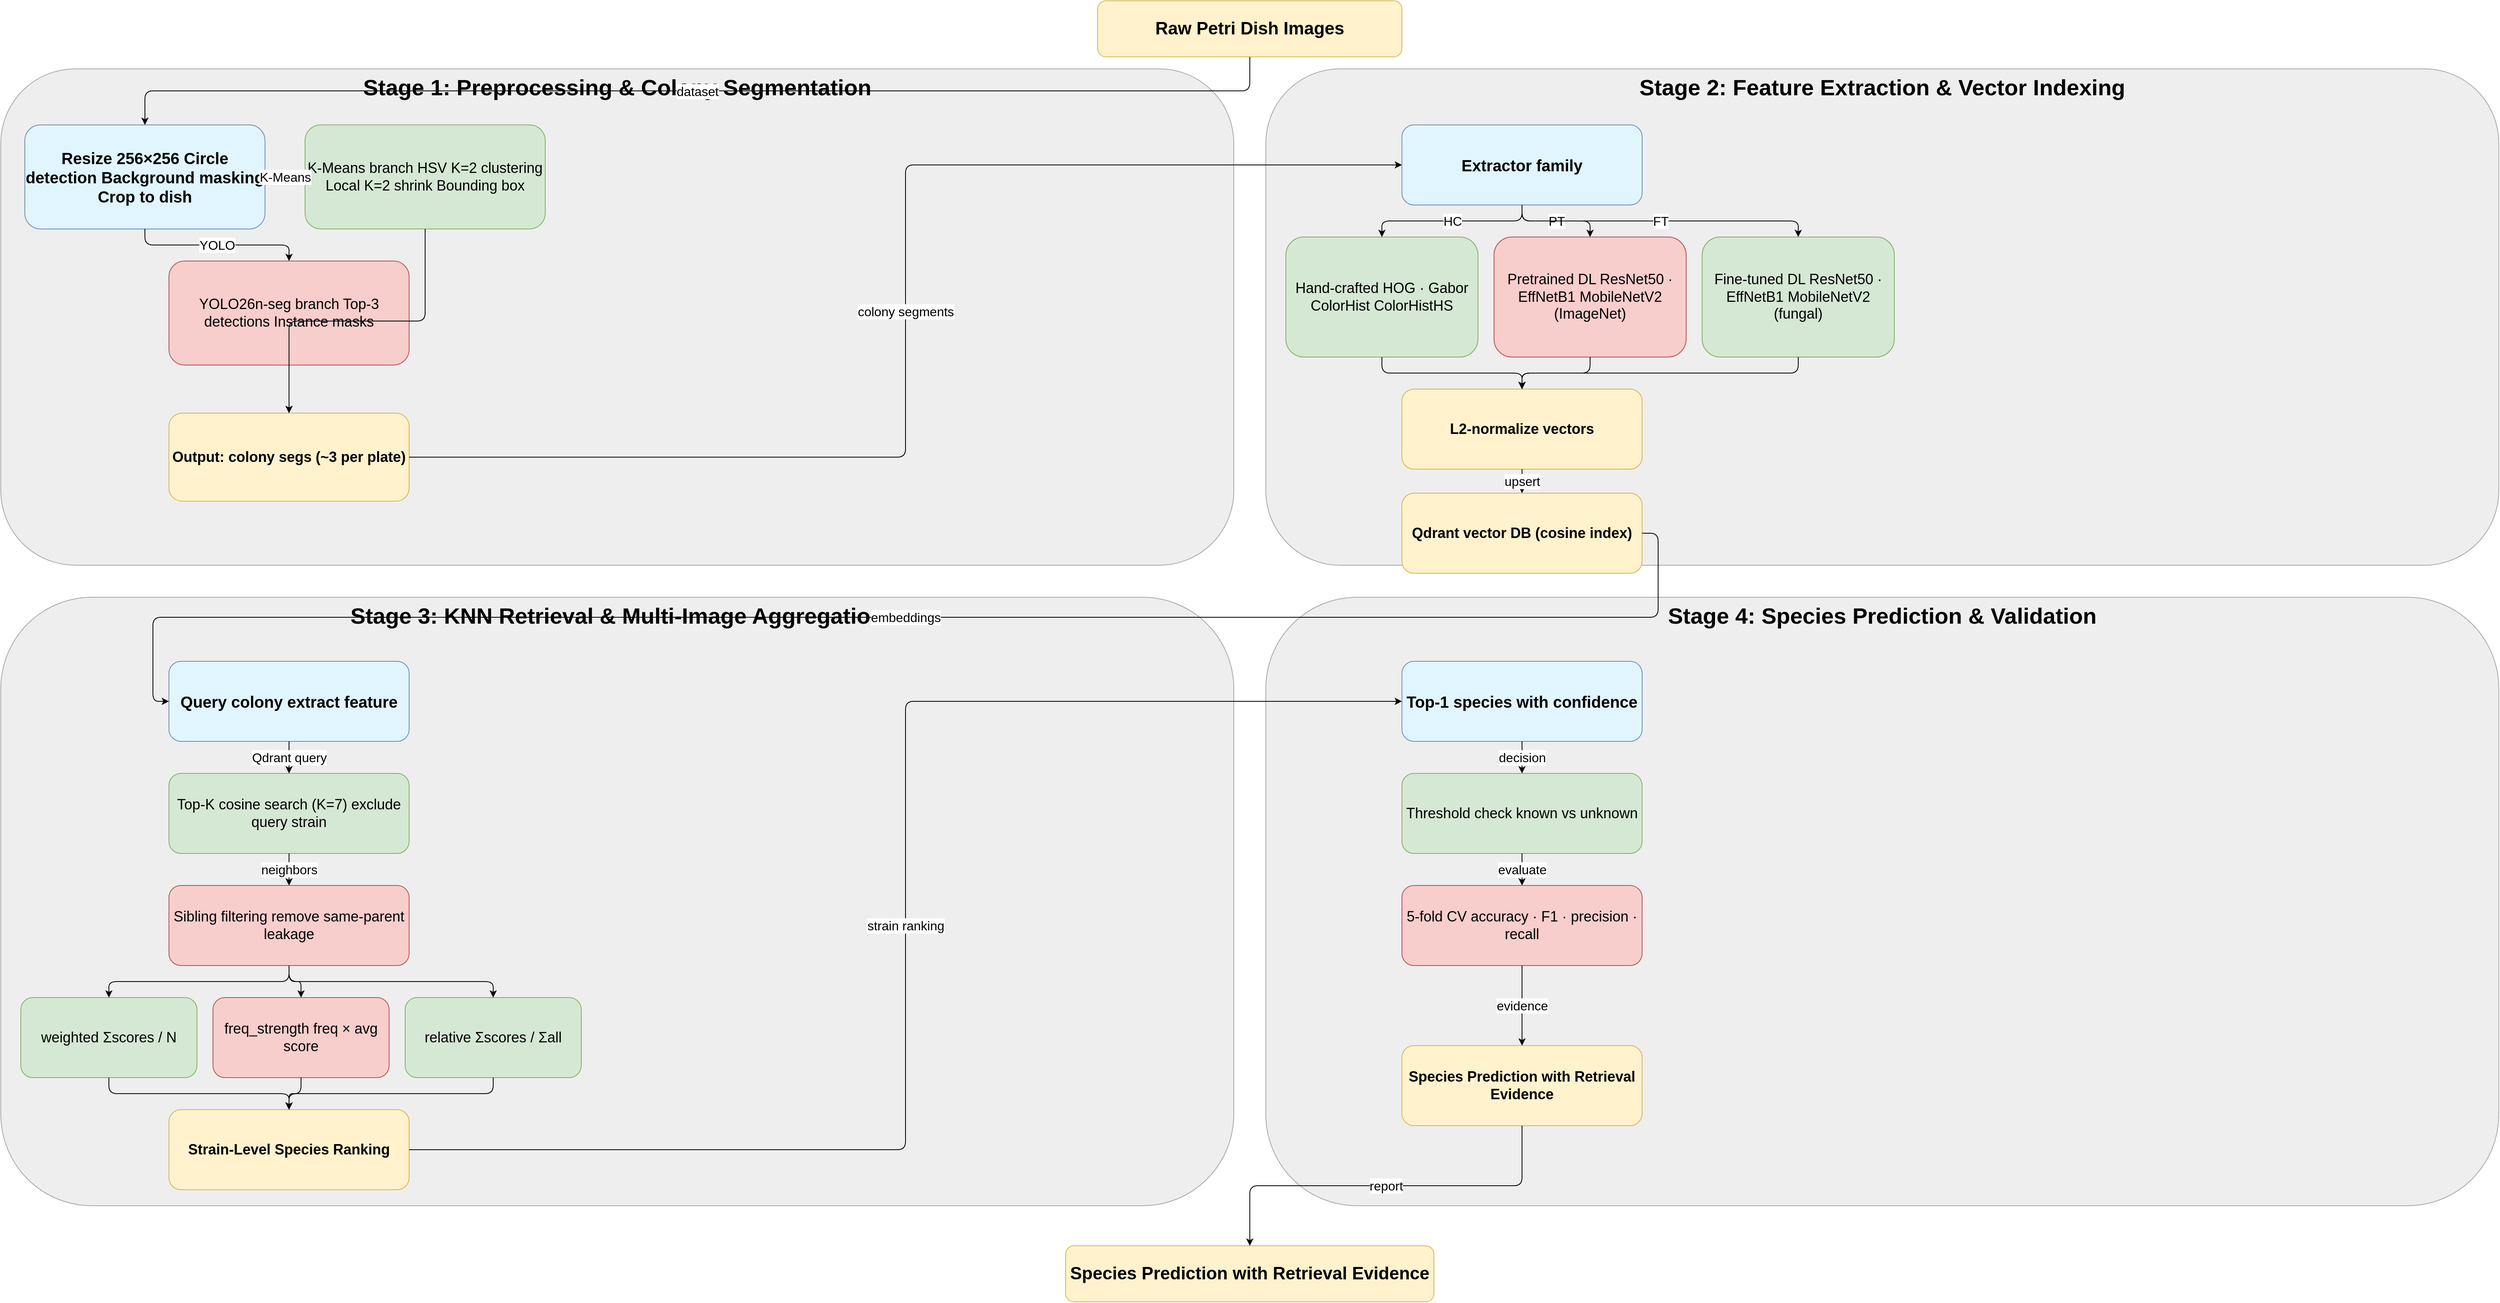
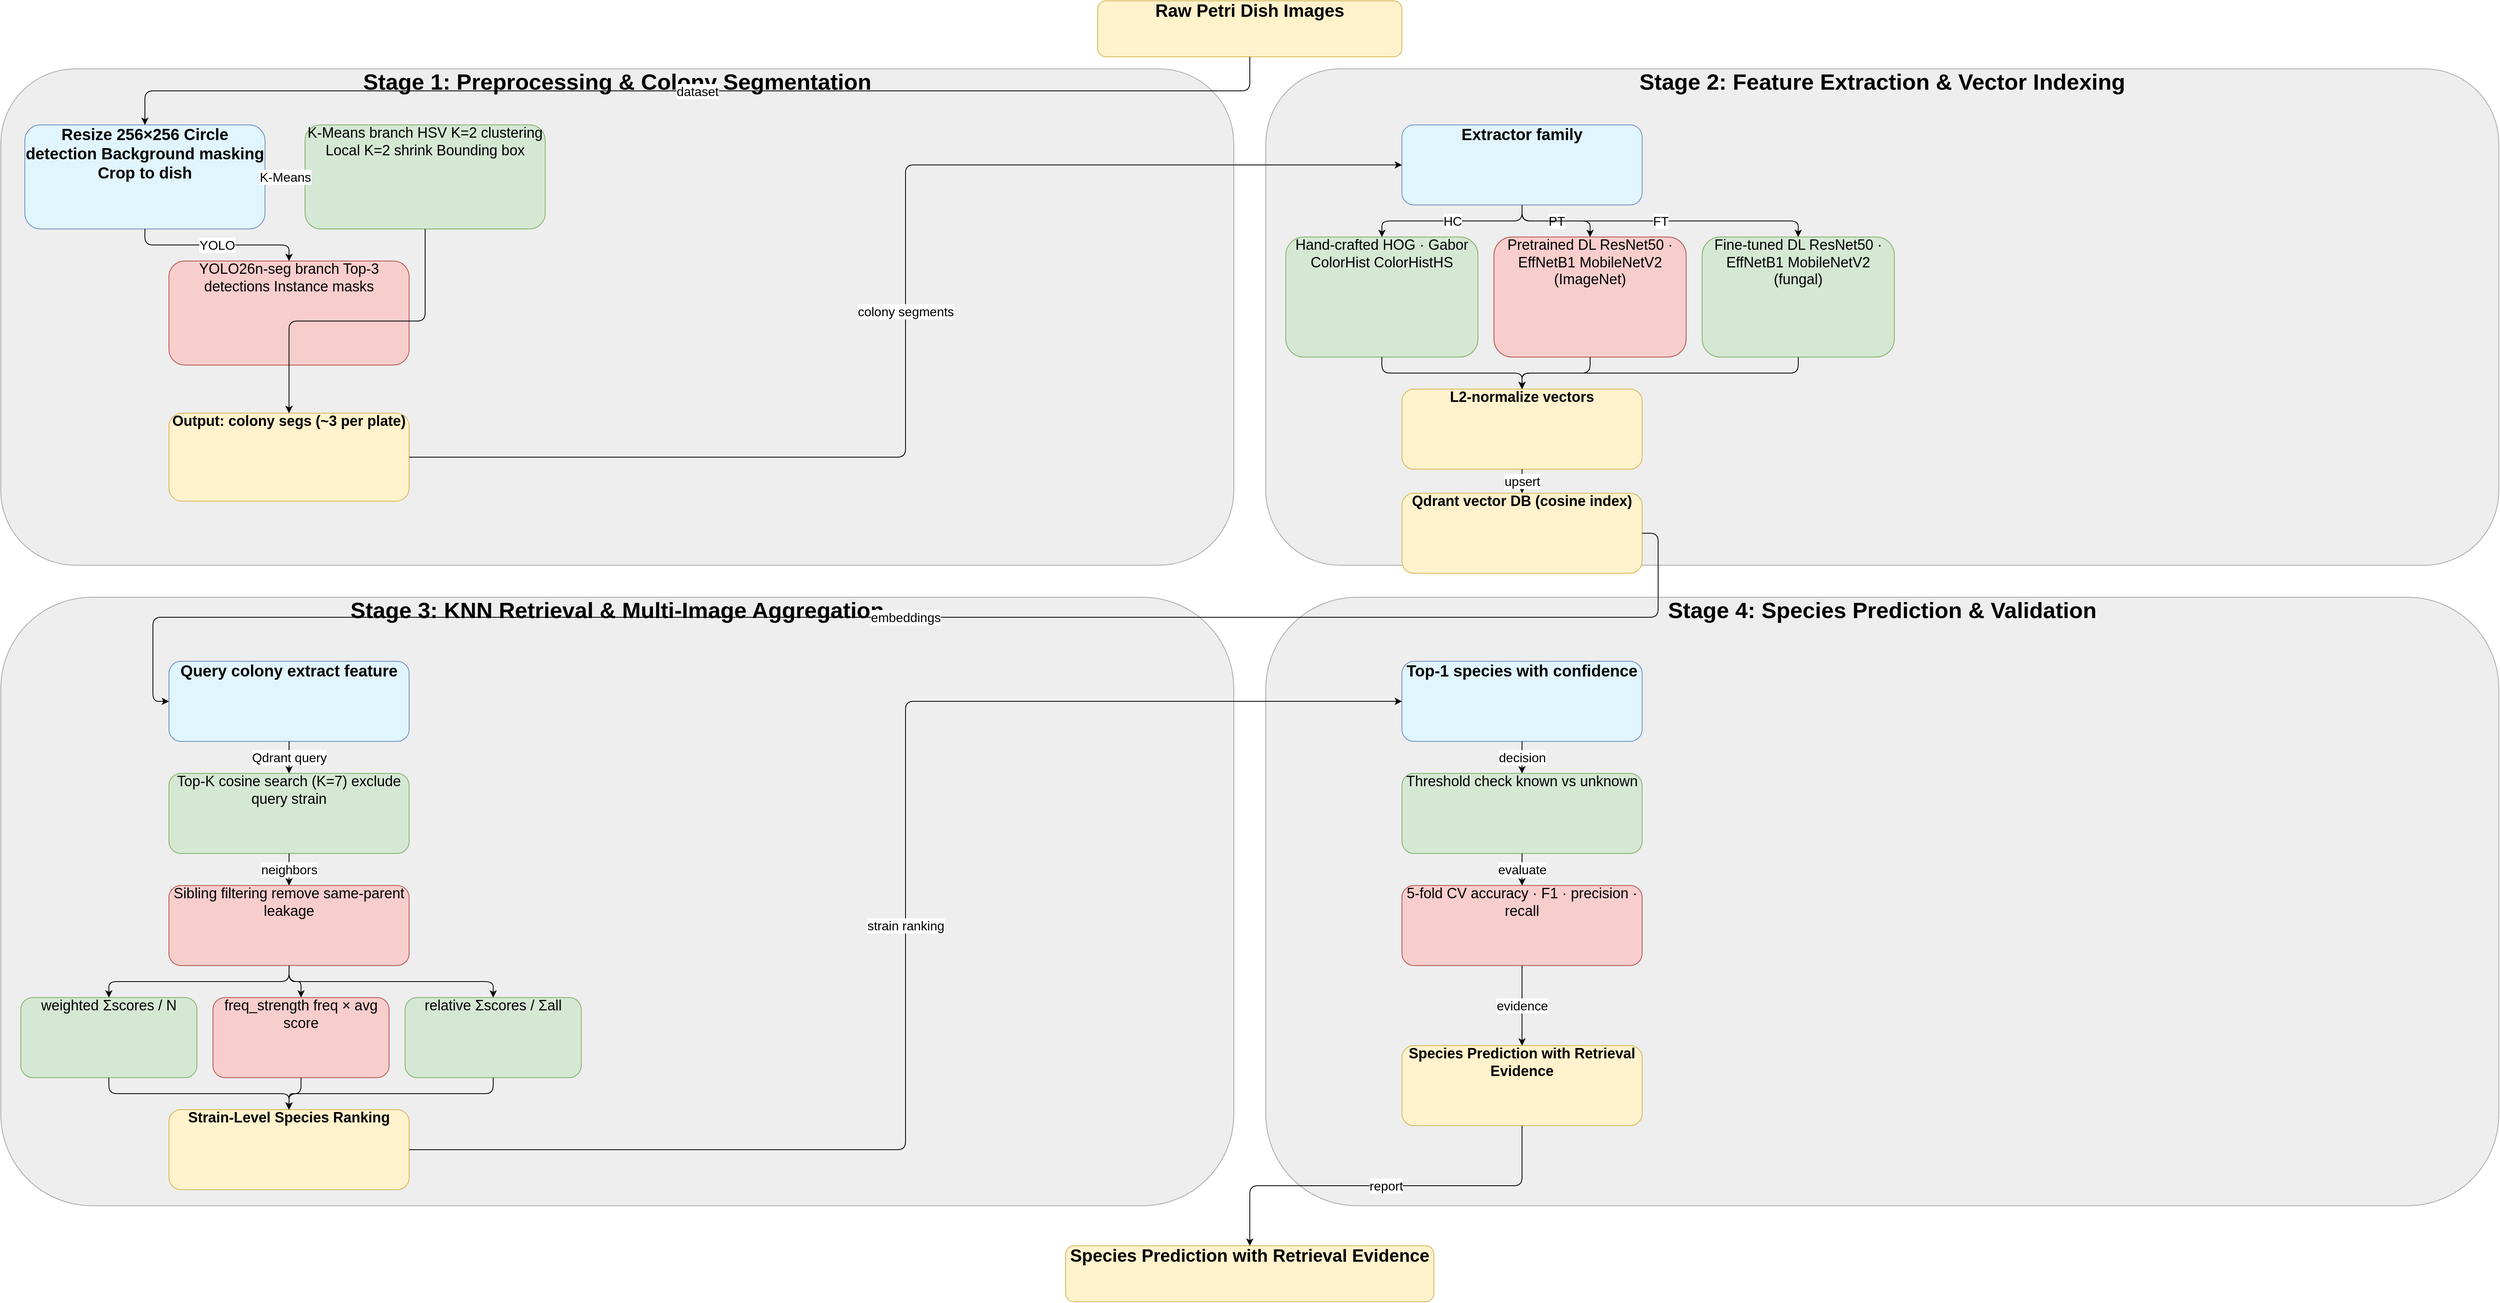
<?xml version="1.0" encoding="UTF-8"?>
<mxfile host="app.diagrams.net">
  <diagram name="Research Pipeline" id="d">
    <mxGraphModel dx="2400" dy="1600" grid="0" gridSize="10" guides="1" tooltips="1" connect="1" arrows="1" fold="1" page="1" pageScale="1" pageWidth="3200" pageHeight="2300" math="0" shadow="0">
      <root>
        <mxCell id="0"/>
        <mxCell id="1" parent="0"/>
-         <mxCell id="s1" value="Stage 1: Preprocessing &amp; Colony Segmentation" style="rounded=1;whiteSpace=wrap;html=1;fillColor=#EEEEEE;strokeColor=#AAAAAA;fontSize=28;fontStyle=1;verticalAlign=top;align=center;" vertex="1" parent="1"><mxGeometry x="40" y="100" width="1540" height="620" as="geometry"/></mxCell>
+         <mxCell id="s1" value="Stage 1: Preprocessing &amp; Colony Segmentation" style="rounded=1;whiteSpace=wrap;html=1;fillColor=#EEEEEE;strokeColor=#AAAAAA;fontSize=28;fontStyle=1;verticalAlign=middle;align=center;spacingTop=8;spacingBottom=8;spacingLeft=8;spacingRight=8;overflow=fill;" vertex="1" parent="1"><mxGeometry x="40" y="100" width="1540" height="620" as="geometry"/></mxCell>
        <mxCell id="s1a" value="Resize 256×256
Circle detection
Background masking
- Crop to dish" style="rounded=1;whiteSpace=wrap;html=1;fillColor=#E1F5FE;strokeColor=#6C8EBF;fontSize=20;fontStyle=1;verticalAlign=middle;align=center;" vertex="1" parent="1"><mxGeometry x="70" y="170" width="300" height="130" as="geometry"/></mxCell>
+ Crop to dish" style="rounded=1;whiteSpace=wrap;html=1;fillColor=#E1F5FE;strokeColor=#6C8EBF;fontSize=20;fontStyle=1;verticalAlign=middle;align=center;spacingTop=8;spacingBottom=8;spacingLeft=8;spacingRight=8;overflow=fill;" vertex="1" parent="1"><mxGeometry x="70" y="170" width="300" height="130" as="geometry"/></mxCell>
        <mxCell id="s1b" value="K-Means branch
HSV K=2 clustering
Local K=2 shrink
- Bounding box" style="rounded=1;whiteSpace=wrap;html=1;fillColor=#D5E8D4;strokeColor=#82B366;fontSize=18;fontStyle=0;verticalAlign=middle;align=center;" vertex="1" parent="1"><mxGeometry x="420" y="170" width="300" height="130" as="geometry"/></mxCell>
+ Bounding box" style="rounded=1;whiteSpace=wrap;html=1;fillColor=#D5E8D4;strokeColor=#82B366;fontSize=18;fontStyle=0;verticalAlign=middle;align=center;spacingTop=8;spacingBottom=8;spacingLeft=8;spacingRight=8;overflow=fill;" vertex="1" parent="1"><mxGeometry x="420" y="170" width="300" height="130" as="geometry"/></mxCell>
        <mxCell id="s1c" value="YOLO26n-seg branch
Top-3 detections
- Instance masks" style="rounded=1;whiteSpace=wrap;html=1;fillColor=#F8CECC;strokeColor=#B85450;fontSize=18;fontStyle=0;verticalAlign=middle;align=center;" vertex="1" parent="1"><mxGeometry x="250" y="340" width="300" height="130" as="geometry"/></mxCell>
-         <mxCell id="s1d" value="Output: colony segs (~3 per plate)" style="rounded=1;whiteSpace=wrap;html=1;fillColor=#FFF2CC;strokeColor=#D6B656;fontSize=18;fontStyle=1;verticalAlign=middle;align=center;" vertex="1" parent="1"><mxGeometry x="250" y="530" width="300" height="110" as="geometry"/></mxCell>
-         <mxCell id="s2" value="Stage 2: Feature Extraction &amp; Vector Indexing" style="rounded=1;whiteSpace=wrap;html=1;fillColor=#EEEEEE;strokeColor=#AAAAAA;fontSize=28;fontStyle=1;verticalAlign=top;align=center;" vertex="1" parent="1"><mxGeometry x="1620" y="100" width="1540" height="620" as="geometry"/></mxCell>
-         <mxCell id="s2a" value="Extractor family" style="rounded=1;whiteSpace=wrap;html=1;fillColor=#E1F5FE;strokeColor=#6C8EBF;fontSize=20;fontStyle=1;verticalAlign=middle;align=center;" vertex="1" parent="1"><mxGeometry x="1790" y="170" width="300" height="100" as="geometry"/></mxCell>
+ Instance masks" style="rounded=1;whiteSpace=wrap;html=1;fillColor=#F8CECC;strokeColor=#B85450;fontSize=18;fontStyle=0;verticalAlign=middle;align=center;spacingTop=8;spacingBottom=8;spacingLeft=8;spacingRight=8;overflow=fill;" vertex="1" parent="1"><mxGeometry x="250" y="340" width="300" height="130" as="geometry"/></mxCell>
+         <mxCell id="s1d" value="Output: colony segs (~3 per plate)" style="rounded=1;whiteSpace=wrap;html=1;fillColor=#FFF2CC;strokeColor=#D6B656;fontSize=18;fontStyle=1;verticalAlign=middle;align=center;spacingTop=8;spacingBottom=8;spacingLeft=8;spacingRight=8;overflow=fill;" vertex="1" parent="1"><mxGeometry x="250" y="530" width="300" height="110" as="geometry"/></mxCell>
+         <mxCell id="s2" value="Stage 2: Feature Extraction &amp; Vector Indexing" style="rounded=1;whiteSpace=wrap;html=1;fillColor=#EEEEEE;strokeColor=#AAAAAA;fontSize=28;fontStyle=1;verticalAlign=middle;align=center;spacingTop=8;spacingBottom=8;spacingLeft=8;spacingRight=8;overflow=fill;" vertex="1" parent="1"><mxGeometry x="1620" y="100" width="1540" height="620" as="geometry"/></mxCell>
+         <mxCell id="s2a" value="Extractor family" style="rounded=1;whiteSpace=wrap;html=1;fillColor=#E1F5FE;strokeColor=#6C8EBF;fontSize=20;fontStyle=1;verticalAlign=middle;align=center;spacingTop=8;spacingBottom=8;spacingLeft=8;spacingRight=8;overflow=fill;" vertex="1" parent="1"><mxGeometry x="1790" y="170" width="300" height="100" as="geometry"/></mxCell>
        <mxCell id="s2b" value="Hand-crafted
HOG · Gabor
ColorHist
- ColorHistHS" style="rounded=1;whiteSpace=wrap;html=1;fillColor=#D5E8D4;strokeColor=#82B366;fontSize=18;fontStyle=0;verticalAlign=middle;align=center;" vertex="1" parent="1"><mxGeometry x="1645" y="310" width="240" height="150" as="geometry"/></mxCell>
+ ColorHistHS" style="rounded=1;whiteSpace=wrap;html=1;fillColor=#D5E8D4;strokeColor=#82B366;fontSize=18;fontStyle=0;verticalAlign=middle;align=center;spacingTop=8;spacingBottom=8;spacingLeft=8;spacingRight=8;overflow=fill;" vertex="1" parent="1"><mxGeometry x="1645" y="310" width="240" height="150" as="geometry"/></mxCell>
        <mxCell id="s2c" value="Pretrained DL
ResNet50 · EffNetB1
MobileNetV2
- (ImageNet)" style="rounded=1;whiteSpace=wrap;html=1;fillColor=#F8CECC;strokeColor=#B85450;fontSize=18;fontStyle=0;verticalAlign=middle;align=center;" vertex="1" parent="1"><mxGeometry x="1905" y="310" width="240" height="150" as="geometry"/></mxCell>
+ (ImageNet)" style="rounded=1;whiteSpace=wrap;html=1;fillColor=#F8CECC;strokeColor=#B85450;fontSize=18;fontStyle=0;verticalAlign=middle;align=center;spacingTop=8;spacingBottom=8;spacingLeft=8;spacingRight=8;overflow=fill;" vertex="1" parent="1"><mxGeometry x="1905" y="310" width="240" height="150" as="geometry"/></mxCell>
        <mxCell id="s2d" value="Fine-tuned DL
ResNet50 · EffNetB1
MobileNetV2
- (fungal)" style="rounded=1;whiteSpace=wrap;html=1;fillColor=#D5E8D4;strokeColor=#82B366;fontSize=18;fontStyle=0;verticalAlign=middle;align=center;" vertex="1" parent="1"><mxGeometry x="2165" y="310" width="240" height="150" as="geometry"/></mxCell>
-         <mxCell id="s2e" value="L2-normalize vectors" style="rounded=1;whiteSpace=wrap;html=1;fillColor=#FFF2CC;strokeColor=#D6B656;fontSize=18;fontStyle=1;verticalAlign=middle;align=center;" vertex="1" parent="1"><mxGeometry x="1790" y="500" width="300" height="100" as="geometry"/></mxCell>
-         <mxCell id="s2f" value="Qdrant vector DB (cosine index)" style="rounded=1;whiteSpace=wrap;html=1;fillColor=#FFF2CC;strokeColor=#D6B656;fontSize=18;fontStyle=1;verticalAlign=middle;align=center;" vertex="1" parent="1"><mxGeometry x="1790" y="630" width="300" height="100" as="geometry"/></mxCell>
-         <mxCell id="s3" value="Stage 3: KNN Retrieval &amp; Multi-Image Aggregation" style="rounded=1;whiteSpace=wrap;html=1;fillColor=#EEEEEE;strokeColor=#AAAAAA;fontSize=28;fontStyle=1;verticalAlign=top;align=center;" vertex="1" parent="1"><mxGeometry x="40" y="760" width="1540" height="760" as="geometry"/></mxCell>
+ (fungal)" style="rounded=1;whiteSpace=wrap;html=1;fillColor=#D5E8D4;strokeColor=#82B366;fontSize=18;fontStyle=0;verticalAlign=middle;align=center;spacingTop=8;spacingBottom=8;spacingLeft=8;spacingRight=8;overflow=fill;" vertex="1" parent="1"><mxGeometry x="2165" y="310" width="240" height="150" as="geometry"/></mxCell>
+         <mxCell id="s2e" value="L2-normalize vectors" style="rounded=1;whiteSpace=wrap;html=1;fillColor=#FFF2CC;strokeColor=#D6B656;fontSize=18;fontStyle=1;verticalAlign=middle;align=center;spacingTop=8;spacingBottom=8;spacingLeft=8;spacingRight=8;overflow=fill;" vertex="1" parent="1"><mxGeometry x="1790" y="500" width="300" height="100" as="geometry"/></mxCell>
+         <mxCell id="s2f" value="Qdrant vector DB (cosine index)" style="rounded=1;whiteSpace=wrap;html=1;fillColor=#FFF2CC;strokeColor=#D6B656;fontSize=18;fontStyle=1;verticalAlign=middle;align=center;spacingTop=8;spacingBottom=8;spacingLeft=8;spacingRight=8;overflow=fill;" vertex="1" parent="1"><mxGeometry x="1790" y="630" width="300" height="100" as="geometry"/></mxCell>
+         <mxCell id="s3" value="Stage 3: KNN Retrieval &amp; Multi-Image Aggregation" style="rounded=1;whiteSpace=wrap;html=1;fillColor=#EEEEEE;strokeColor=#AAAAAA;fontSize=28;fontStyle=1;verticalAlign=middle;align=center;spacingTop=8;spacingBottom=8;spacingLeft=8;spacingRight=8;overflow=fill;" vertex="1" parent="1"><mxGeometry x="40" y="760" width="1540" height="760" as="geometry"/></mxCell>
        <mxCell id="s3a" value="Query colony
- extract feature" style="rounded=1;whiteSpace=wrap;html=1;fillColor=#E1F5FE;strokeColor=#6C8EBF;fontSize=20;fontStyle=1;verticalAlign=middle;align=center;" vertex="1" parent="1"><mxGeometry x="250" y="840" width="300" height="100" as="geometry"/></mxCell>
+ extract feature" style="rounded=1;whiteSpace=wrap;html=1;fillColor=#E1F5FE;strokeColor=#6C8EBF;fontSize=20;fontStyle=1;verticalAlign=middle;align=center;spacingTop=8;spacingBottom=8;spacingLeft=8;spacingRight=8;overflow=fill;" vertex="1" parent="1"><mxGeometry x="250" y="840" width="300" height="100" as="geometry"/></mxCell>
        <mxCell id="s3b" value="Top-K cosine search (K=7)
- exclude query strain" style="rounded=1;whiteSpace=wrap;html=1;fillColor=#D5E8D4;strokeColor=#82B366;fontSize=18;fontStyle=0;verticalAlign=middle;align=center;" vertex="1" parent="1"><mxGeometry x="250" y="980" width="300" height="100" as="geometry"/></mxCell>
+ exclude query strain" style="rounded=1;whiteSpace=wrap;html=1;fillColor=#D5E8D4;strokeColor=#82B366;fontSize=18;fontStyle=0;verticalAlign=middle;align=center;spacingTop=8;spacingBottom=8;spacingLeft=8;spacingRight=8;overflow=fill;" vertex="1" parent="1"><mxGeometry x="250" y="980" width="300" height="100" as="geometry"/></mxCell>
        <mxCell id="s3c" value="Sibling filtering
- remove same-parent leakage" style="rounded=1;whiteSpace=wrap;html=1;fillColor=#F8CECC;strokeColor=#B85450;fontSize=18;fontStyle=0;verticalAlign=middle;align=center;" vertex="1" parent="1"><mxGeometry x="250" y="1120" width="300" height="100" as="geometry"/></mxCell>
+ remove same-parent leakage" style="rounded=1;whiteSpace=wrap;html=1;fillColor=#F8CECC;strokeColor=#B85450;fontSize=18;fontStyle=0;verticalAlign=middle;align=center;spacingTop=8;spacingBottom=8;spacingLeft=8;spacingRight=8;overflow=fill;" vertex="1" parent="1"><mxGeometry x="250" y="1120" width="300" height="100" as="geometry"/></mxCell>
        <mxCell id="s3d" value="weighted
- Σscores / N" style="rounded=1;whiteSpace=wrap;html=1;fillColor=#D5E8D4;strokeColor=#82B366;fontSize=18;fontStyle=0;verticalAlign=middle;align=center;" vertex="1" parent="1"><mxGeometry x="65" y="1260" width="220" height="100" as="geometry"/></mxCell>
+ Σscores / N" style="rounded=1;whiteSpace=wrap;html=1;fillColor=#D5E8D4;strokeColor=#82B366;fontSize=18;fontStyle=0;verticalAlign=middle;align=center;spacingTop=8;spacingBottom=8;spacingLeft=8;spacingRight=8;overflow=fill;" vertex="1" parent="1"><mxGeometry x="65" y="1260" width="220" height="100" as="geometry"/></mxCell>
        <mxCell id="s3e" value="freq_strength
- freq × avg score" style="rounded=1;whiteSpace=wrap;html=1;fillColor=#F8CECC;strokeColor=#B85450;fontSize=18;fontStyle=0;verticalAlign=middle;align=center;" vertex="1" parent="1"><mxGeometry x="305" y="1260" width="220" height="100" as="geometry"/></mxCell>
+ freq × avg score" style="rounded=1;whiteSpace=wrap;html=1;fillColor=#F8CECC;strokeColor=#B85450;fontSize=18;fontStyle=0;verticalAlign=middle;align=center;spacingTop=8;spacingBottom=8;spacingLeft=8;spacingRight=8;overflow=fill;" vertex="1" parent="1"><mxGeometry x="305" y="1260" width="220" height="100" as="geometry"/></mxCell>
        <mxCell id="s3f" value="relative
- Σscores / Σall" style="rounded=1;whiteSpace=wrap;html=1;fillColor=#D5E8D4;strokeColor=#82B366;fontSize=18;fontStyle=0;verticalAlign=middle;align=center;" vertex="1" parent="1"><mxGeometry x="545" y="1260" width="220" height="100" as="geometry"/></mxCell>
-         <mxCell id="s3g" value="Strain-Level Species Ranking" style="rounded=1;whiteSpace=wrap;html=1;fillColor=#FFF2CC;strokeColor=#D6B656;fontSize=18;fontStyle=1;verticalAlign=middle;align=center;" vertex="1" parent="1"><mxGeometry x="250" y="1400" width="300" height="100" as="geometry"/></mxCell>
-         <mxCell id="s4" value="Stage 4: Species Prediction &amp; Validation" style="rounded=1;whiteSpace=wrap;html=1;fillColor=#EEEEEE;strokeColor=#AAAAAA;fontSize=28;fontStyle=1;verticalAlign=top;align=center;" vertex="1" parent="1"><mxGeometry x="1620" y="760" width="1540" height="760" as="geometry"/></mxCell>
+ Σscores / Σall" style="rounded=1;whiteSpace=wrap;html=1;fillColor=#D5E8D4;strokeColor=#82B366;fontSize=18;fontStyle=0;verticalAlign=middle;align=center;spacingTop=8;spacingBottom=8;spacingLeft=8;spacingRight=8;overflow=fill;" vertex="1" parent="1"><mxGeometry x="545" y="1260" width="220" height="100" as="geometry"/></mxCell>
+         <mxCell id="s3g" value="Strain-Level Species Ranking" style="rounded=1;whiteSpace=wrap;html=1;fillColor=#FFF2CC;strokeColor=#D6B656;fontSize=18;fontStyle=1;verticalAlign=middle;align=center;spacingTop=8;spacingBottom=8;spacingLeft=8;spacingRight=8;overflow=fill;" vertex="1" parent="1"><mxGeometry x="250" y="1400" width="300" height="100" as="geometry"/></mxCell>
+         <mxCell id="s4" value="Stage 4: Species Prediction &amp; Validation" style="rounded=1;whiteSpace=wrap;html=1;fillColor=#EEEEEE;strokeColor=#AAAAAA;fontSize=28;fontStyle=1;verticalAlign=middle;align=center;spacingTop=8;spacingBottom=8;spacingLeft=8;spacingRight=8;overflow=fill;" vertex="1" parent="1"><mxGeometry x="1620" y="760" width="1540" height="760" as="geometry"/></mxCell>
        <mxCell id="s4a" value="Top-1 species
- with confidence" style="rounded=1;whiteSpace=wrap;html=1;fillColor=#E1F5FE;strokeColor=#6C8EBF;fontSize=20;fontStyle=1;verticalAlign=middle;align=center;" vertex="1" parent="1"><mxGeometry x="1790" y="840" width="300" height="100" as="geometry"/></mxCell>
+ with confidence" style="rounded=1;whiteSpace=wrap;html=1;fillColor=#E1F5FE;strokeColor=#6C8EBF;fontSize=20;fontStyle=1;verticalAlign=middle;align=center;spacingTop=8;spacingBottom=8;spacingLeft=8;spacingRight=8;overflow=fill;" vertex="1" parent="1"><mxGeometry x="1790" y="840" width="300" height="100" as="geometry"/></mxCell>
        <mxCell id="s4b" value="Threshold check
- known vs unknown" style="rounded=1;whiteSpace=wrap;html=1;fillColor=#D5E8D4;strokeColor=#82B366;fontSize=18;fontStyle=0;verticalAlign=middle;align=center;" vertex="1" parent="1"><mxGeometry x="1790" y="980" width="300" height="100" as="geometry"/></mxCell>
+ known vs unknown" style="rounded=1;whiteSpace=wrap;html=1;fillColor=#D5E8D4;strokeColor=#82B366;fontSize=18;fontStyle=0;verticalAlign=middle;align=center;spacingTop=8;spacingBottom=8;spacingLeft=8;spacingRight=8;overflow=fill;" vertex="1" parent="1"><mxGeometry x="1790" y="980" width="300" height="100" as="geometry"/></mxCell>
        <mxCell id="s4c" value="5-fold CV
- accuracy · F1 · precision · recall" style="rounded=1;whiteSpace=wrap;html=1;fillColor=#F8CECC;strokeColor=#B85450;fontSize=18;fontStyle=0;verticalAlign=middle;align=center;" vertex="1" parent="1"><mxGeometry x="1790" y="1120" width="300" height="100" as="geometry"/></mxCell>
+ accuracy · F1 · precision · recall" style="rounded=1;whiteSpace=wrap;html=1;fillColor=#F8CECC;strokeColor=#B85450;fontSize=18;fontStyle=0;verticalAlign=middle;align=center;spacingTop=8;spacingBottom=8;spacingLeft=8;spacingRight=8;overflow=fill;" vertex="1" parent="1"><mxGeometry x="1790" y="1120" width="300" height="100" as="geometry"/></mxCell>
        <mxCell id="s4d" value="Species Prediction
- with Retrieval Evidence" style="rounded=1;whiteSpace=wrap;html=1;fillColor=#FFF2CC;strokeColor=#D6B656;fontSize=18;fontStyle=1;verticalAlign=middle;align=center;" vertex="1" parent="1"><mxGeometry x="1790" y="1320" width="300" height="100" as="geometry"/></mxCell>
-         <mxCell id="raw" value="Raw Petri Dish Images" style="rounded=1;whiteSpace=wrap;html=1;fillColor=#FFF2CC;strokeColor=#D6B656;fontSize=22;fontStyle=1;verticalAlign=middle;align=center;" vertex="1" parent="1"><mxGeometry x="1410" y="15" width="380" height="70" as="geometry"/></mxCell>
-         <mxCell id="final" value="Species Prediction with Retrieval Evidence" style="rounded=1;whiteSpace=wrap;html=1;fillColor=#FFF2CC;strokeColor=#D6B656;fontSize=22;fontStyle=1;verticalAlign=middle;align=center;" vertex="1" parent="1"><mxGeometry x="1370" y="1570" width="460" height="70" as="geometry"/></mxCell>
+ with Retrieval Evidence" style="rounded=1;whiteSpace=wrap;html=1;fillColor=#FFF2CC;strokeColor=#D6B656;fontSize=18;fontStyle=1;verticalAlign=middle;align=center;spacingTop=8;spacingBottom=8;spacingLeft=8;spacingRight=8;overflow=fill;" vertex="1" parent="1"><mxGeometry x="1790" y="1320" width="300" height="100" as="geometry"/></mxCell>
+         <mxCell id="raw" value="Raw Petri Dish Images" style="rounded=1;whiteSpace=wrap;html=1;fillColor=#FFF2CC;strokeColor=#D6B656;fontSize=22;fontStyle=1;verticalAlign=middle;align=center;spacingTop=8;spacingBottom=8;spacingLeft=8;spacingRight=8;overflow=fill;" vertex="1" parent="1"><mxGeometry x="1410" y="15" width="380" height="70" as="geometry"/></mxCell>
+         <mxCell id="final" value="Species Prediction with Retrieval Evidence" style="rounded=1;whiteSpace=wrap;html=1;fillColor=#FFF2CC;strokeColor=#D6B656;fontSize=22;fontStyle=1;verticalAlign=middle;align=center;spacingTop=8;spacingBottom=8;spacingLeft=8;spacingRight=8;overflow=fill;" vertex="1" parent="1"><mxGeometry x="1370" y="1570" width="460" height="70" as="geometry"/></mxCell>
        <mxCell id="e1" value="dataset" style="edgeStyle=orthogonalEdgeStyle;rounded=1;orthogonalLoop=1;jettySize=auto;html=1;exitX=0.5;exitY=1;exitDx=0;exitDy=0;entryX=0.5;entryY=0;entryDx=0;entryDy=0;fontSize=16;" edge="1" parent="1" source="raw" target="s1a"><mxGeometry relative="1" as="geometry"/></mxCell>
        <mxCell id="e2" value="colony segments" style="edgeStyle=orthogonalEdgeStyle;rounded=1;orthogonalLoop=1;jettySize=auto;html=1;exitX=1;exitY=0.5;exitDx=0;exitDy=0;entryX=0;entryY=0.5;entryDx=0;entryDy=0;fontSize=16;" edge="1" parent="1" source="s1d" target="s2a"><mxGeometry relative="1" as="geometry"/></mxCell>
        <mxCell id="e3" value="embeddings" style="edgeStyle=orthogonalEdgeStyle;rounded=1;orthogonalLoop=1;jettySize=auto;html=1;exitX=1;exitY=0.5;exitDx=0;exitDy=0;entryX=0;entryY=0.5;entryDx=0;entryDy=0;fontSize=16;" edge="1" parent="1" source="s2f" target="s3a"><mxGeometry relative="1" as="geometry"/></mxCell>
        <mxCell id="e4" value="strain ranking" style="edgeStyle=orthogonalEdgeStyle;rounded=1;orthogonalLoop=1;jettySize=auto;html=1;exitX=1;exitY=0.5;exitDx=0;exitDy=0;entryX=0;entryY=0.5;entryDx=0;entryDy=0;fontSize=16;" edge="1" parent="1" source="s3g" target="s4a"><mxGeometry relative="1" as="geometry"/></mxCell>
        <mxCell id="e5" value="report" style="edgeStyle=orthogonalEdgeStyle;rounded=1;orthogonalLoop=1;jettySize=auto;html=1;exitX=0.5;exitY=1;exitDx=0;exitDy=0;entryX=0.5;entryY=0;entryDx=0;entryDy=0;fontSize=16;" edge="1" parent="1" source="s4d" target="final"><mxGeometry relative="1" as="geometry"/></mxCell>
        <mxCell id="e6" value="K-Means" style="edgeStyle=orthogonalEdgeStyle;rounded=1;orthogonalLoop=1;jettySize=auto;html=1;exitX=1;exitY=0.5;exitDx=0;exitDy=0;entryX=0;entryY=0.5;entryDx=0;entryDy=0;fontSize=16;" edge="1" parent="1" source="s1a" target="s1b"><mxGeometry relative="1" as="geometry"/></mxCell>
        <mxCell id="e7" value="YOLO" style="edgeStyle=orthogonalEdgeStyle;rounded=1;orthogonalLoop=1;jettySize=auto;html=1;exitX=0.5;exitY=1;exitDx=0;exitDy=0;entryX=0.5;entryY=0;entryDx=0;entryDy=0;fontSize=16;" edge="1" parent="1" source="s1a" target="s1c"><mxGeometry relative="1" as="geometry"/></mxCell>
        <mxCell id="e8" value="" style="edgeStyle=orthogonalEdgeStyle;rounded=1;orthogonalLoop=1;jettySize=auto;html=1;exitX=0.5;exitY=1;exitDx=0;exitDy=0;entryX=0.5;entryY=0;entryDx=0;entryDy=0;fontSize=16;" edge="1" parent="1" source="s1b" target="s1d"><mxGeometry relative="1" as="geometry"/></mxCell>
        <mxCell id="e9" value="" style="edgeStyle=orthogonalEdgeStyle;rounded=1;orthogonalLoop=1;jettySize=auto;html=1;exitX=0.5;exitY=1;exitDx=0;exitDy=0;entryX=0.5;entryY=0;entryDx=0;entryDy=0;fontSize=16;" edge="1" parent="1" source="s1c" target="s1d"><mxGeometry relative="1" as="geometry"/></mxCell>
        <mxCell id="e10" value="HC" style="edgeStyle=orthogonalEdgeStyle;rounded=1;orthogonalLoop=1;jettySize=auto;html=1;exitX=0.5;exitY=1;exitDx=0;exitDy=0;entryX=0.5;entryY=0;entryDx=0;entryDy=0;fontSize=16;" edge="1" parent="1" source="s2a" target="s2b"><mxGeometry relative="1" as="geometry"/></mxCell>
        <mxCell id="e11" value="PT" style="edgeStyle=orthogonalEdgeStyle;rounded=1;orthogonalLoop=1;jettySize=auto;html=1;exitX=0.5;exitY=1;exitDx=0;exitDy=0;entryX=0.5;entryY=0;entryDx=0;entryDy=0;fontSize=16;" edge="1" parent="1" source="s2a" target="s2c"><mxGeometry relative="1" as="geometry"/></mxCell>
        <mxCell id="e12" value="FT" style="edgeStyle=orthogonalEdgeStyle;rounded=1;orthogonalLoop=1;jettySize=auto;html=1;exitX=0.5;exitY=1;exitDx=0;exitDy=0;entryX=0.5;entryY=0;entryDx=0;entryDy=0;fontSize=16;" edge="1" parent="1" source="s2a" target="s2d"><mxGeometry relative="1" as="geometry"/></mxCell>
        <mxCell id="e13" value="" style="edgeStyle=orthogonalEdgeStyle;rounded=1;orthogonalLoop=1;jettySize=auto;html=1;exitX=0.5;exitY=1;exitDx=0;exitDy=0;entryX=0.5;entryY=0;entryDx=0;entryDy=0;fontSize=16;" edge="1" parent="1" source="s2b" target="s2e"><mxGeometry relative="1" as="geometry"/></mxCell>
        <mxCell id="e14" value="" style="edgeStyle=orthogonalEdgeStyle;rounded=1;orthogonalLoop=1;jettySize=auto;html=1;exitX=0.5;exitY=1;exitDx=0;exitDy=0;entryX=0.5;entryY=0;entryDx=0;entryDy=0;fontSize=16;" edge="1" parent="1" source="s2c" target="s2e"><mxGeometry relative="1" as="geometry"/></mxCell>
        <mxCell id="e15" value="" style="edgeStyle=orthogonalEdgeStyle;rounded=1;orthogonalLoop=1;jettySize=auto;html=1;exitX=0.5;exitY=1;exitDx=0;exitDy=0;entryX=0.5;entryY=0;entryDx=0;entryDy=0;fontSize=16;" edge="1" parent="1" source="s2d" target="s2e"><mxGeometry relative="1" as="geometry"/></mxCell>
        <mxCell id="e16" value="upsert" style="edgeStyle=orthogonalEdgeStyle;rounded=1;orthogonalLoop=1;jettySize=auto;html=1;exitX=0.5;exitY=1;exitDx=0;exitDy=0;entryX=0.5;entryY=0;entryDx=0;entryDy=0;fontSize=16;" edge="1" parent="1" source="s2e" target="s2f"><mxGeometry relative="1" as="geometry"/></mxCell>
        <mxCell id="e17" value="Qdrant query" style="edgeStyle=orthogonalEdgeStyle;rounded=1;orthogonalLoop=1;jettySize=auto;html=1;exitX=0.5;exitY=1;exitDx=0;exitDy=0;entryX=0.5;entryY=0;entryDx=0;entryDy=0;fontSize=16;" edge="1" parent="1" source="s3a" target="s3b"><mxGeometry relative="1" as="geometry"/></mxCell>
        <mxCell id="e18" value="neighbors" style="edgeStyle=orthogonalEdgeStyle;rounded=1;orthogonalLoop=1;jettySize=auto;html=1;exitX=0.5;exitY=1;exitDx=0;exitDy=0;entryX=0.5;entryY=0;entryDx=0;entryDy=0;fontSize=16;" edge="1" parent="1" source="s3b" target="s3c"><mxGeometry relative="1" as="geometry"/></mxCell>
        <mxCell id="e19" value="" style="edgeStyle=orthogonalEdgeStyle;rounded=1;orthogonalLoop=1;jettySize=auto;html=1;exitX=0.5;exitY=1;exitDx=0;exitDy=0;entryX=0.5;entryY=0;entryDx=0;entryDy=0;fontSize=16;" edge="1" parent="1" source="s3c" target="s3d"><mxGeometry relative="1" as="geometry"/></mxCell>
        <mxCell id="e20" value="" style="edgeStyle=orthogonalEdgeStyle;rounded=1;orthogonalLoop=1;jettySize=auto;html=1;exitX=0.5;exitY=1;exitDx=0;exitDy=0;entryX=0.5;entryY=0;entryDx=0;entryDy=0;fontSize=16;" edge="1" parent="1" source="s3c" target="s3e"><mxGeometry relative="1" as="geometry"/></mxCell>
        <mxCell id="e21" value="" style="edgeStyle=orthogonalEdgeStyle;rounded=1;orthogonalLoop=1;jettySize=auto;html=1;exitX=0.5;exitY=1;exitDx=0;exitDy=0;entryX=0.5;entryY=0;entryDx=0;entryDy=0;fontSize=16;" edge="1" parent="1" source="s3c" target="s3f"><mxGeometry relative="1" as="geometry"/></mxCell>
        <mxCell id="e22" value="" style="edgeStyle=orthogonalEdgeStyle;rounded=1;orthogonalLoop=1;jettySize=auto;html=1;exitX=0.5;exitY=1;exitDx=0;exitDy=0;entryX=0.5;entryY=0;entryDx=0;entryDy=0;fontSize=16;" edge="1" parent="1" source="s3d" target="s3g"><mxGeometry relative="1" as="geometry"/></mxCell>
        <mxCell id="e23" value="" style="edgeStyle=orthogonalEdgeStyle;rounded=1;orthogonalLoop=1;jettySize=auto;html=1;exitX=0.5;exitY=1;exitDx=0;exitDy=0;entryX=0.5;entryY=0;entryDx=0;entryDy=0;fontSize=16;" edge="1" parent="1" source="s3e" target="s3g"><mxGeometry relative="1" as="geometry"/></mxCell>
        <mxCell id="e24" value="" style="edgeStyle=orthogonalEdgeStyle;rounded=1;orthogonalLoop=1;jettySize=auto;html=1;exitX=0.5;exitY=1;exitDx=0;exitDy=0;entryX=0.5;entryY=0;entryDx=0;entryDy=0;fontSize=16;" edge="1" parent="1" source="s3f" target="s3g"><mxGeometry relative="1" as="geometry"/></mxCell>
        <mxCell id="e25" value="decision" style="edgeStyle=orthogonalEdgeStyle;rounded=1;orthogonalLoop=1;jettySize=auto;html=1;exitX=0.5;exitY=1;exitDx=0;exitDy=0;entryX=0.5;entryY=0;entryDx=0;entryDy=0;fontSize=16;" edge="1" parent="1" source="s4a" target="s4b"><mxGeometry relative="1" as="geometry"/></mxCell>
        <mxCell id="e26" value="evaluate" style="edgeStyle=orthogonalEdgeStyle;rounded=1;orthogonalLoop=1;jettySize=auto;html=1;exitX=0.5;exitY=1;exitDx=0;exitDy=0;entryX=0.5;entryY=0;entryDx=0;entryDy=0;fontSize=16;" edge="1" parent="1" source="s4b" target="s4c"><mxGeometry relative="1" as="geometry"/></mxCell>
        <mxCell id="e27" value="evidence" style="edgeStyle=orthogonalEdgeStyle;rounded=1;orthogonalLoop=1;jettySize=auto;html=1;exitX=0.5;exitY=1;exitDx=0;exitDy=0;entryX=0.5;entryY=0;entryDx=0;entryDy=0;fontSize=16;" edge="1" parent="1" source="s4c" target="s4d"><mxGeometry relative="1" as="geometry"/></mxCell>
      </root>
    </mxGraphModel>
  </diagram>
</mxfile>